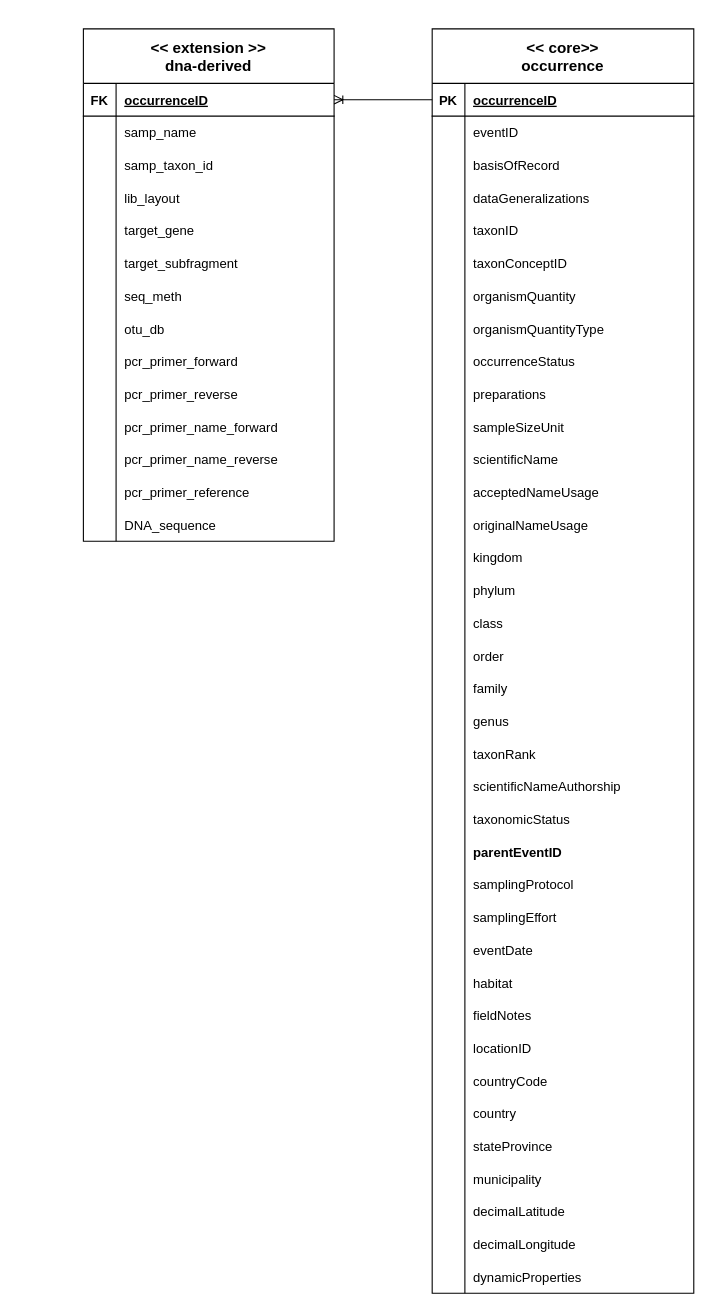
This is page "oulanka-occurrence" (5 of 8) of workflow.drawio from joelclim/mycopins-workflow, a draw.io file, before an edit. Source tidied: cells renumbered, new cells numbered last; positions are measured from the earlier drawing's top-left corner, leaving out a move shared by most shapes. Both pictures are drawn from the tidied source at 109%, with x=0, y=0 at pixel (83, 28).
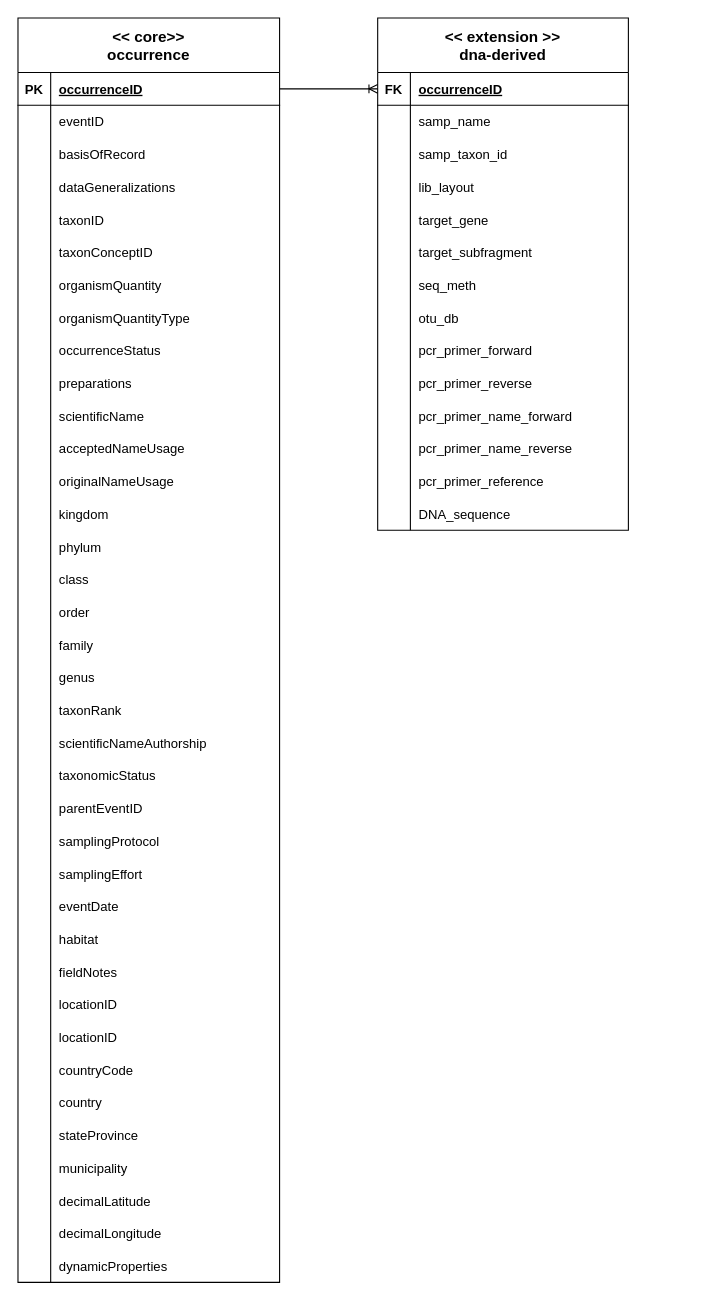
The same diagram, later.

Commit message (it also covers changes not shown here):
Remove sampleSizeUnit. Use simple JSON conversion.

Unchanged cells that the change refers to:
```xml
<mxCell id="3" style="shape=tableRow;horizontal=0;startSize=0;swimlaneHead=0;swimlaneBody=0;fillColor=none;points=[[0,0.5],[1,0.5]];portConstraint=eastwest;top=0;left=0;right=0;bottom=1;" parent="2" vertex="1">
  <mxGeometry y="50" width="240" height="30" as="geometry" />
</mxCell>
<mxCell id="115" style="shape=tableRow;horizontal=0;startSize=0;swimlaneHead=0;swimlaneBody=0;fillColor=none;points=[[0,0.5],[1,0.5]];portConstraint=eastwest;top=0;left=0;right=0;bottom=1;" parent="114" vertex="1">
  <mxGeometry y="50" width="230" height="30" as="geometry" />
</mxCell>
```

The edit, as a diff of the source:
```diff
@@
     <mxCell id="2" value="&lt;&lt; core&gt;&gt;&#10;occurrence" style="shape=table;startSize=50;childLayout=tableLayout;rowLines=0;fontStyle=1;align=center;fontSize=14;" parent="1" vertex="1">
-      <mxGeometry x="320" width="240" height="1160" as="geometry" />
+      <mxGeometry x="-60" y="-10" width="240" height="1160" as="geometry" />
     </mxCell>
@@
-    <mxCell id="33" style="shape=tableRow;horizontal=0;startSize=0;swimlaneHead=0;swimlaneBody=0;fillColor=none;top=0;left=0;right=0;bottom=0;" parent="2" vertex="1">
-      <mxGeometry y="350" width="240" height="30" as="geometry" />
-    </mxCell>
-    <mxCell id="34" style="shape=partialRectangle;fillColor=none;top=0;left=0;bottom=0;right=0;overflow=hidden;" parent="33" vertex="1">
-      <mxGeometry width="30" height="30" as="geometry" />
-    </mxCell>
-    <mxCell id="35" value="sampleSizeUnit" style="shape=partialRectangle;fillColor=none;top=0;left=0;bottom=0;right=0;align=left;spacingLeft=6;overflow=hidden;" parent="33" vertex="1">
-      <mxGeometry x="30" width="210" height="30" as="geometry" />
-    </mxCell>
     <mxCell id="36" style="shape=tableRow;horizontal=0;startSize=0;swimlaneHead=0;swimlaneBody=0;fillColor=none;top=0;left=0;right=0;bottom=0;" parent="2" vertex="1">
-      <mxGeometry y="380" width="240" height="30" as="geometry" />
+      <mxGeometry y="350" width="240" height="30" as="geometry" />
     </mxCell>
@@
     <mxCell id="39" style="shape=tableRow;horizontal=0;startSize=0;swimlaneHead=0;swimlaneBody=0;fillColor=none;top=0;left=0;right=0;bottom=0;" parent="2" vertex="1">
-      <mxGeometry y="410" width="240" height="30" as="geometry" />
+      <mxGeometry y="380" width="240" height="30" as="geometry" />
     </mxCell>
@@
     <mxCell id="42" style="shape=tableRow;horizontal=0;startSize=0;swimlaneHead=0;swimlaneBody=0;fillColor=none;top=0;left=0;right=0;bottom=0;" parent="2" vertex="1">
-      <mxGeometry y="440" width="240" height="30" as="geometry" />
+      <mxGeometry y="410" width="240" height="30" as="geometry" />
     </mxCell>
@@
     <mxCell id="45" style="shape=tableRow;horizontal=0;startSize=0;swimlaneHead=0;swimlaneBody=0;fillColor=none;top=0;left=0;right=0;bottom=0;" parent="2" vertex="1">
-      <mxGeometry y="470" width="240" height="30" as="geometry" />
+      <mxGeometry y="440" width="240" height="30" as="geometry" />
     </mxCell>
@@
     <mxCell id="48" style="shape=tableRow;horizontal=0;startSize=0;swimlaneHead=0;swimlaneBody=0;fillColor=none;top=0;left=0;right=0;bottom=0;" parent="2" vertex="1">
-      <mxGeometry y="500" width="240" height="30" as="geometry" />
+      <mxGeometry y="470" width="240" height="30" as="geometry" />
     </mxCell>
@@
     <mxCell id="51" style="shape=tableRow;horizontal=0;startSize=0;swimlaneHead=0;swimlaneBody=0;fillColor=none;top=0;left=0;right=0;bottom=0;" parent="2" vertex="1">
-      <mxGeometry y="530" width="240" height="30" as="geometry" />
+      <mxGeometry y="500" width="240" height="30" as="geometry" />
     </mxCell>
@@
     <mxCell id="54" style="shape=tableRow;horizontal=0;startSize=0;swimlaneHead=0;swimlaneBody=0;fillColor=none;top=0;left=0;right=0;bottom=0;" parent="2" vertex="1">
-      <mxGeometry y="560" width="240" height="30" as="geometry" />
+      <mxGeometry y="530" width="240" height="30" as="geometry" />
     </mxCell>
@@
     <mxCell id="57" style="shape=tableRow;horizontal=0;startSize=0;swimlaneHead=0;swimlaneBody=0;fillColor=none;top=0;left=0;right=0;bottom=0;" parent="2" vertex="1">
-      <mxGeometry y="590" width="240" height="30" as="geometry" />
+      <mxGeometry y="560" width="240" height="30" as="geometry" />
     </mxCell>
@@
     <mxCell id="60" style="shape=tableRow;horizontal=0;startSize=0;swimlaneHead=0;swimlaneBody=0;fillColor=none;top=0;left=0;right=0;bottom=0;" parent="2" vertex="1">
-      <mxGeometry y="620" width="240" height="30" as="geometry" />
+      <mxGeometry y="590" width="240" height="30" as="geometry" />
     </mxCell>
@@
     <mxCell id="63" style="shape=tableRow;horizontal=0;startSize=0;swimlaneHead=0;swimlaneBody=0;fillColor=none;top=0;left=0;right=0;bottom=0;" parent="2" vertex="1">
-      <mxGeometry y="650" width="240" height="30" as="geometry" />
+      <mxGeometry y="620" width="240" height="30" as="geometry" />
     </mxCell>
@@
     <mxCell id="66" style="shape=tableRow;horizontal=0;startSize=0;swimlaneHead=0;swimlaneBody=0;fillColor=none;top=0;left=0;right=0;bottom=0;" parent="2" vertex="1">
-      <mxGeometry y="680" width="240" height="30" as="geometry" />
+      <mxGeometry y="650" width="240" height="30" as="geometry" />
     </mxCell>
@@
     <mxCell id="69" style="shape=tableRow;horizontal=0;startSize=0;swimlaneHead=0;swimlaneBody=0;fillColor=none;top=0;left=0;right=0;bottom=0;" parent="2" vertex="1">
-      <mxGeometry y="710" width="240" height="30" as="geometry" />
+      <mxGeometry y="680" width="240" height="30" as="geometry" />
     </mxCell>
@@
     <mxCell id="72" style="shape=tableRow;horizontal=0;startSize=0;swimlaneHead=0;swimlaneBody=0;fillColor=none;top=0;left=0;right=0;bottom=0;" parent="2" vertex="1">
-      <mxGeometry y="740" width="240" height="30" as="geometry" />
+      <mxGeometry y="710" width="240" height="30" as="geometry" />
     </mxCell>
@@
-    <mxCell id="74" value="parentEventID" style="shape=partialRectangle;fillColor=none;top=0;left=0;bottom=0;right=0;align=left;spacingLeft=6;overflow=hidden;fontStyle=1;" parent="72" vertex="1">
+    <mxCell id="74" value="parentEventID" style="shape=partialRectangle;fillColor=none;top=0;left=0;bottom=0;right=0;align=left;spacingLeft=6;overflow=hidden;fontStyle=0;" parent="72" vertex="1">
       <mxGeometry x="30" width="210" height="30" as="geometry" />
     </mxCell>
     <mxCell id="75" style="shape=tableRow;horizontal=0;startSize=0;swimlaneHead=0;swimlaneBody=0;fillColor=none;top=0;left=0;right=0;bottom=0;" parent="2" vertex="1">
-      <mxGeometry y="770" width="240" height="30" as="geometry" />
+      <mxGeometry y="740" width="240" height="30" as="geometry" />
     </mxCell>
@@
     <mxCell id="78" style="shape=tableRow;horizontal=0;startSize=0;swimlaneHead=0;swimlaneBody=0;fillColor=none;top=0;left=0;right=0;bottom=0;" parent="2" vertex="1">
-      <mxGeometry y="800" width="240" height="30" as="geometry" />
+      <mxGeometry y="770" width="240" height="30" as="geometry" />
     </mxCell>
@@
     <mxCell id="81" style="shape=tableRow;horizontal=0;startSize=0;swimlaneHead=0;swimlaneBody=0;fillColor=none;top=0;left=0;right=0;bottom=0;" parent="2" vertex="1">
-      <mxGeometry y="830" width="240" height="30" as="geometry" />
+      <mxGeometry y="800" width="240" height="30" as="geometry" />
     </mxCell>
@@
     <mxCell id="84" style="shape=tableRow;horizontal=0;startSize=0;swimlaneHead=0;swimlaneBody=0;fillColor=none;top=0;left=0;right=0;bottom=0;" parent="2" vertex="1">
-      <mxGeometry y="860" width="240" height="30" as="geometry" />
+      <mxGeometry y="830" width="240" height="30" as="geometry" />
     </mxCell>
@@
     <mxCell id="87" style="shape=tableRow;horizontal=0;startSize=0;swimlaneHead=0;swimlaneBody=0;fillColor=none;top=0;left=0;right=0;bottom=0;" parent="2" vertex="1">
-      <mxGeometry y="890" width="240" height="30" as="geometry" />
+      <mxGeometry y="860" width="240" height="30" as="geometry" />
     </mxCell>
@@
     <mxCell id="90" style="shape=tableRow;horizontal=0;startSize=0;swimlaneHead=0;swimlaneBody=0;fillColor=none;top=0;left=0;right=0;bottom=0;" parent="2" vertex="1">
-      <mxGeometry y="920" width="240" height="30" as="geometry" />
+      <mxGeometry y="890" width="240" height="30" as="geometry" />
     </mxCell>
@@
+    <mxCell id="158" style="shape=tableRow;horizontal=0;startSize=0;swimlaneHead=0;swimlaneBody=0;fillColor=none;top=0;left=0;right=0;bottom=0;" parent="2" vertex="1">
+      <mxGeometry y="920" width="240" height="30" as="geometry" />
+    </mxCell>
+    <mxCell id="34" style="shape=partialRectangle;fillColor=none;top=0;left=0;bottom=0;right=0;overflow=hidden;" parent="158" vertex="1">
+      <mxGeometry width="30" height="30" as="geometry" />
+    </mxCell>
+    <mxCell id="159" value="locationID" style="shape=partialRectangle;fillColor=none;top=0;left=0;bottom=0;right=0;align=left;spacingLeft=6;overflow=hidden;" parent="158" vertex="1">
+      <mxGeometry x="30" width="210" height="30" as="geometry" />
+    </mxCell>
@@
     <mxCell id="114" value="&lt;&lt; extension &gt;&gt;&#10;dna-derived" style="shape=table;startSize=50;childLayout=tableLayout;rowLines=0;fontStyle=1;align=center;fontSize=14;" parent="1" vertex="1">
-      <mxGeometry width="230" height="470" as="geometry" />
+      <mxGeometry x="270" y="-10" width="230" height="470" as="geometry" />
     </mxCell>
@@
-    <mxCell id="157" style="edgeStyle=entityRelationEdgeStyle;fontSize=12;html=1;endArrow=ERoneToMany;exitX=0;exitY=0.5;exitDx=0;exitDy=0;entryX=1;entryY=0.5;entryDx=0;entryDy=0;" parent="1" edge="1" source="3" target="115">
-      <mxGeometry relative="1" as="geometry" />
+    <mxCell id="157" style="edgeStyle=entityRelationEdgeStyle;fontSize=12;html=1;endArrow=ERoneToMany;" parent="1" edge="1">
+      <mxGeometry relative="1" as="geometry">
+        <mxPoint x="180" y="55" as="sourcePoint" />
+        <mxPoint x="270" y="55" as="targetPoint" />
+      </mxGeometry>
     </mxCell>
```
